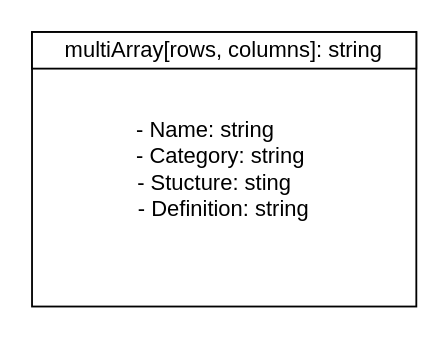
This is UML.drawio from theFlay/2DarrayAT1, a draw.io file, before an edit. Source tidied: cells renumbered, new cells numbered last; positions are measured from the earlier drawing's top-left corner, leaving out a move shared by most shapes. Both pictures are drawn from the tidied source at 183%, with x=0, y=0 at pixel (31, 31).
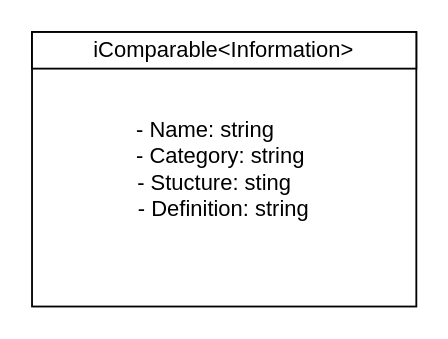
Above is the later version.

Change to the diagram source:
```diff
@@
 <mxGraphModel>
   <root>
     <mxCell id="0" />
     <mxCell id="1" parent="0" />
     <mxCell id="2" value="&lt;div style=&quot;&quot;&gt;&lt;span style=&quot;background-color: initial;&quot;&gt;- Name: string&amp;nbsp; &amp;nbsp; &amp;nbsp;&amp;nbsp;&lt;/span&gt;&lt;/div&gt;&lt;div style=&quot;&quot;&gt;&lt;span style=&quot;background-color: initial;&quot;&gt;- Category: string&amp;nbsp;&lt;/span&gt;&lt;/div&gt;&lt;div style=&quot;&quot;&gt;&lt;span style=&quot;background-color: initial;&quot;&gt;- Stucture: sting&amp;nbsp; &amp;nbsp;&lt;/span&gt;&lt;/div&gt;&lt;div style=&quot;&quot;&gt;&lt;span style=&quot;background-color: initial;&quot;&gt;- Definition: string&lt;/span&gt;&lt;/div&gt;" style="rounded=0;whiteSpace=wrap;html=1;align=center;" parent="1" vertex="1">
       <mxGeometry width="210" height="150" as="geometry" />
     </mxCell>
-    <mxCell id="3" value="multiArray[rows, columns]: string" style="rounded=0;whiteSpace=wrap;html=1;" parent="1" vertex="1">
+    <mxCell id="3" value="iComparable&amp;lt;Information&amp;gt;" style="rounded=0;whiteSpace=wrap;html=1;" parent="1" vertex="1">
       <mxGeometry width="210" height="20" as="geometry" />
     </mxCell>
   </root>
 </mxGraphModel>
```
